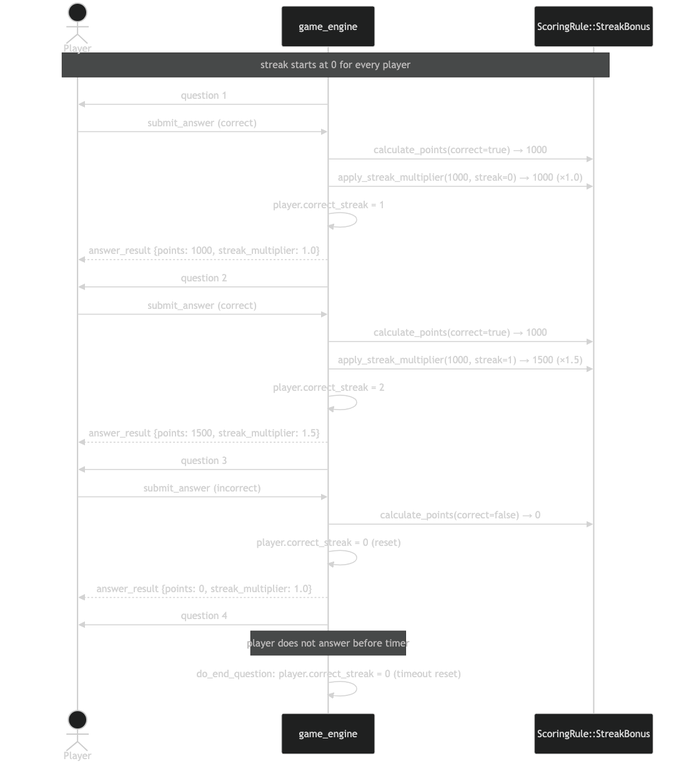
Earlier version of the Mermaid export docs/images/flow-streak-bonus.png (campeis/quiz-game). Its source is kept beside it as docs/diagrams/flow-streak-bonus.mmd.
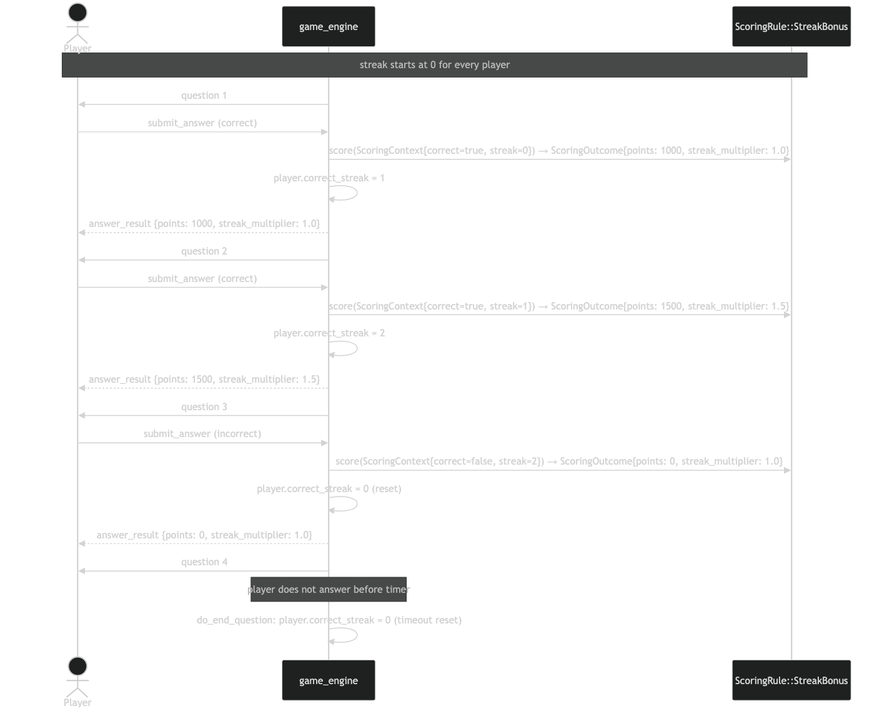
After the change.

Change to the diagram source:
```diff
@@ -7,21 +7,19 @@
 
     GE->>PL: question 1
     PL->>GE: submit_answer (correct)
-    GE->>SR: calculate_points(correct=true) → 1000
-    GE->>SR: apply_streak_multiplier(1000, streak=0) → 1000 (×1.0)
+    GE->>SR: score(ScoringContext{correct=true, streak=0}) → ScoringOutcome{points: 1000, streak_multiplier: 1.0}
     GE->>GE: player.correct_streak = 1
     GE-->>PL: answer_result {points: 1000, streak_multiplier: 1.0}
 
     GE->>PL: question 2
     PL->>GE: submit_answer (correct)
-    GE->>SR: calculate_points(correct=true) → 1000
-    GE->>SR: apply_streak_multiplier(1000, streak=1) → 1500 (×1.5)
+    GE->>SR: score(ScoringContext{correct=true, streak=1}) → ScoringOutcome{points: 1500, streak_multiplier: 1.5}
     GE->>GE: player.correct_streak = 2
     GE-->>PL: answer_result {points: 1500, streak_multiplier: 1.5}
 
     GE->>PL: question 3
     PL->>GE: submit_answer (incorrect)
-    GE->>SR: calculate_points(correct=false) → 0
+    GE->>SR: score(ScoringContext{correct=false, streak=2}) → ScoringOutcome{points: 0, streak_multiplier: 1.0}
     GE->>GE: player.correct_streak = 0 (reset)
     GE-->>PL: answer_result {points: 0, streak_multiplier: 1.0}
 
```
